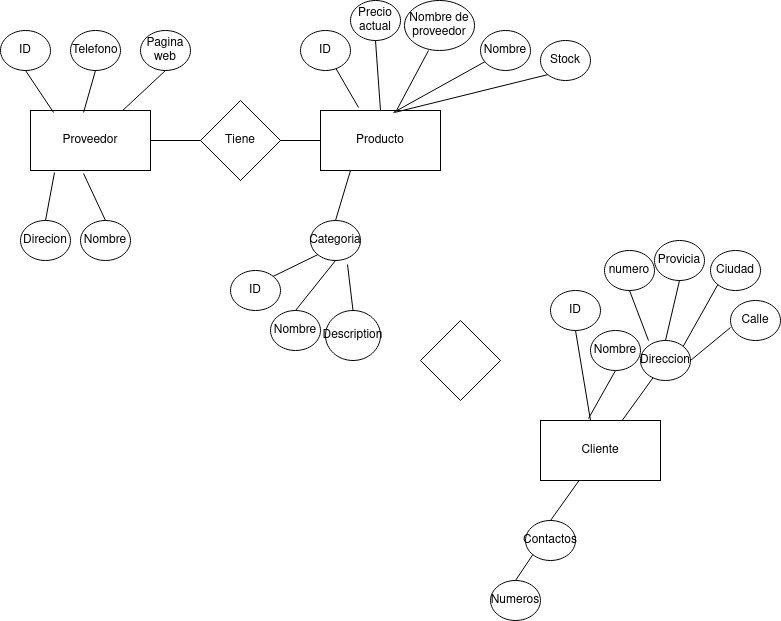
JVC0/Base-Datos keeps this draw.io diagram as Unidad1/Tareas/Tarea1/Diagrama sin título.drawio.png. Above is the earlier version. Source tidied: cells renumbered, new cells last; positions are measured from the earlier drawing's top-left corner, leaving out a move shared by most shapes.
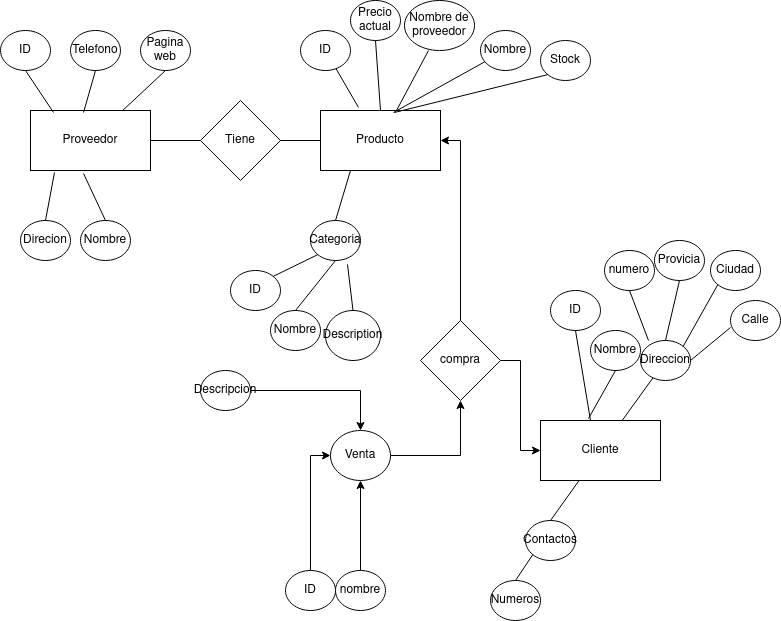
After the change.

Diff of the diagram source:
```diff
@@ -160,8 +160,38 @@
     <mxCell id="53" style="endArrow=none;html=1;rounded=0;exitX=0.5;exitY=0;exitDx=0;exitDy=0;entryX=0.74;entryY=1.1;entryDx=0;entryDy=0;entryPerimeter=0;" parent="1" edge="1" source="50" target="39">
       <mxGeometry relative="1" as="geometry" />
     </mxCell>
+    <mxCell id="55" style="edgeStyle=orthogonalEdgeStyle;rounded=0;jettySize=auto;html=1;entryX=1;entryY=0.5;entryDx=0;entryDy=0;" parent="1" edge="1" source="54" target="13">
+      <mxGeometry relative="1" as="geometry" />
+    </mxCell>
+    <mxCell id="56" style="edgeStyle=orthogonalEdgeStyle;rounded=0;jettySize=auto;html=1;entryX=0;entryY=0.5;entryDx=0;entryDy=0;" parent="1" edge="1" source="54" target="14">
+      <mxGeometry relative="1" as="geometry" />
+    </mxCell>
-    <mxCell id="54" style="rhombus;whiteSpace=wrap;html=1;" parent="1" vertex="1">
+    <mxCell id="54" value="&lt;div&gt;compra&lt;/div&gt;" style="rhombus;whiteSpace=wrap;html=1;" parent="1" vertex="1">
       <mxGeometry x="420" y="320" width="80" height="80" as="geometry" />
     </mxCell>
+    <mxCell id="57" style="edgeStyle=orthogonalEdgeStyle;rounded=0;jettySize=auto;html=1;" parent="1" edge="1" source="58" target="54">
+      <mxGeometry relative="1" as="geometry" />
+    </mxCell>
+    <mxCell id="58" value="&lt;div&gt;Venta&lt;/div&gt;" style="ellipse;whiteSpace=wrap;html=1;" parent="1" vertex="1">
+      <mxGeometry x="330" y="430" width="60" height="50" as="geometry" />
+    </mxCell>
+    <mxCell id="59" style="edgeStyle=orthogonalEdgeStyle;rounded=0;jettySize=auto;html=1;entryX=0;entryY=0.5;entryDx=0;entryDy=0;" parent="1" edge="1" source="60" target="58">
+      <mxGeometry relative="1" as="geometry" />
+    </mxCell>
+    <mxCell id="60" value="&lt;div&gt;ID&lt;/div&gt;" style="ellipse;whiteSpace=wrap;html=1;" parent="1" vertex="1">
+      <mxGeometry x="285" y="570" width="50" height="40" as="geometry" />
+    </mxCell>
+    <mxCell id="61" style="edgeStyle=orthogonalEdgeStyle;rounded=0;jettySize=auto;html=1;entryX=0.5;entryY=1;entryDx=0;entryDy=0;" parent="1" edge="1" source="62" target="58">
+      <mxGeometry relative="1" as="geometry" />
+    </mxCell>
+    <mxCell id="62" value="&lt;div&gt;nombre&lt;/div&gt;" style="ellipse;whiteSpace=wrap;html=1;" parent="1" vertex="1">
+      <mxGeometry x="335" y="570" width="50" height="40" as="geometry" />
+    </mxCell>
+    <mxCell id="63" style="edgeStyle=orthogonalEdgeStyle;rounded=0;jettySize=auto;html=1;" parent="1" edge="1" source="64" target="58">
+      <mxGeometry relative="1" as="geometry" />
+    </mxCell>
+    <mxCell id="64" value="&lt;div&gt;Descripcion&lt;/div&gt;" style="ellipse;whiteSpace=wrap;html=1;" parent="1" vertex="1">
+      <mxGeometry x="200" y="370" width="50" height="40" as="geometry" />
+    </mxCell>
   </root>
 </mxGraphModel>
```
